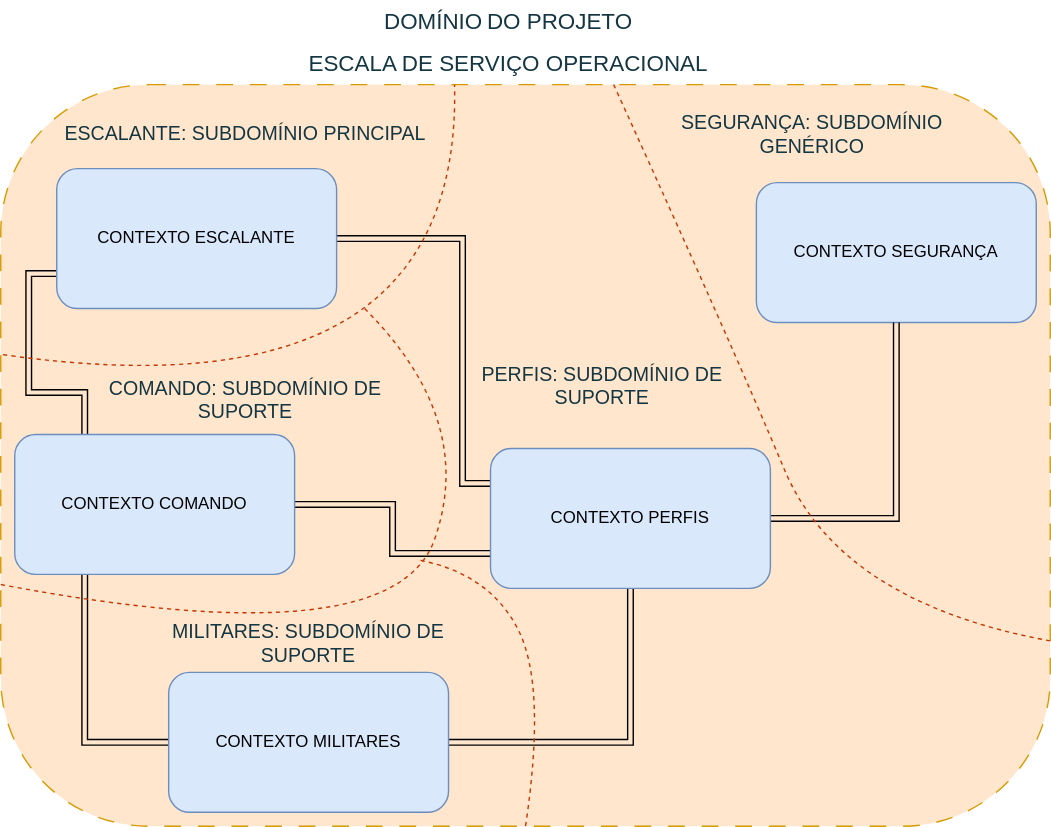
Before: docs/img/DiagramaDominio.svg, a diagram exported from draw.io (joaoAaf/escalante-ddd). Source tidied: cells renumbered, new cells last; positions are measured from the earlier drawing's top-left corner, leaving out a move shared by most shapes. The source it was exported from:
```xml
<mxGraphModel>
  <root>
    <mxCell id="0" />
    <mxCell id="1" parent="0" />
    <mxCell id="2" style="rounded=1;whiteSpace=wrap;html=1;strokeColor=#d79b00;fillColor=#ffe6cc;dashed=1;dashPattern=12 12;arcSize=20;" parent="1" vertex="1">
      <mxGeometry y="60" width="750" height="530" as="geometry" />
    </mxCell>
    <mxCell id="3" style="edgeStyle=orthogonalEdgeStyle;rounded=0;jettySize=auto;html=1;exitX=0;exitY=0.75;exitDx=0;exitDy=0;shape=link;entryX=0.25;entryY=0;entryDx=0;entryDy=0;" parent="1" edge="1" source="5" target="9">
      <mxGeometry relative="1" as="geometry">
        <Array as="points">
          <mxPoint x="20" y="195" />
          <mxPoint x="20" y="280" />
          <mxPoint x="60" y="280" />
        </Array>
      </mxGeometry>
    </mxCell>
    <mxCell id="4" style="edgeStyle=orthogonalEdgeStyle;rounded=0;jettySize=auto;html=1;exitX=1;exitY=0.5;exitDx=0;exitDy=0;entryX=0;entryY=0.25;entryDx=0;entryDy=0;shape=link;" parent="1" edge="1" source="5" target="15">
      <mxGeometry relative="1" as="geometry">
        <Array as="points">
          <mxPoint x="330" y="170" />
          <mxPoint x="330" y="345" />
        </Array>
      </mxGeometry>
    </mxCell>
    <mxCell id="5" value="CONTEXTO ESCALANTE" style="rounded=1;whiteSpace=wrap;html=1;labelBackgroundColor=none;fillColor=#dae8fc;strokeColor=#6c8ebf;" parent="1" vertex="1">
      <mxGeometry x="40" y="120" width="200" height="100" as="geometry" />
    </mxCell>
    <mxCell id="6" value="&lt;font style=&quot;font-size: 16px;&quot;&gt;DOMÍNIO&lt;/font&gt; &lt;font style=&quot;font-size: 16px;&quot;&gt;DO PROJETO&lt;/font&gt;" style="text;html=1;align=center;verticalAlign=middle;whiteSpace=wrap;rounded=0;labelBackgroundColor=none;fontColor=#143642;" parent="1" vertex="1">
      <mxGeometry x="213" width="300" height="30" as="geometry" />
    </mxCell>
    <mxCell id="7" style="edgeStyle=orthogonalEdgeStyle;rounded=0;jettySize=auto;html=1;exitX=1;exitY=0.5;exitDx=0;exitDy=0;entryX=0;entryY=0.75;entryDx=0;entryDy=0;shape=link;" parent="1" edge="1" source="9" target="15">
      <mxGeometry relative="1" as="geometry" />
    </mxCell>
    <mxCell id="8" style="edgeStyle=orthogonalEdgeStyle;rounded=0;jettySize=auto;html=1;exitX=0.25;exitY=1;exitDx=0;exitDy=0;entryX=0;entryY=0.5;entryDx=0;entryDy=0;shape=link;" parent="1" edge="1" source="9" target="11">
      <mxGeometry relative="1" as="geometry" />
    </mxCell>
    <mxCell id="9" value="CONTEXTO COMANDO" style="rounded=1;whiteSpace=wrap;html=1;labelBackgroundColor=none;fillColor=#dae8fc;strokeColor=#6c8ebf;" parent="1" vertex="1">
      <mxGeometry x="10" y="310" width="200" height="100" as="geometry" />
    </mxCell>
    <mxCell id="10" style="edgeStyle=orthogonalEdgeStyle;rounded=0;jettySize=auto;html=1;exitX=1;exitY=0.5;exitDx=0;exitDy=0;entryX=0.5;entryY=1;entryDx=0;entryDy=0;shape=link;" parent="1" edge="1" source="11" target="15">
      <mxGeometry relative="1" as="geometry" />
    </mxCell>
    <mxCell id="11" value="CONTEXTO MILITARES" style="rounded=1;whiteSpace=wrap;html=1;labelBackgroundColor=none;fillColor=#dae8fc;strokeColor=#6c8ebf;" parent="1" vertex="1">
      <mxGeometry x="120" y="480" width="200" height="100" as="geometry" />
    </mxCell>
    <mxCell id="12" value="CONTEXTO SEGURANÇA" style="rounded=1;whiteSpace=wrap;html=1;labelBackgroundColor=none;fillColor=#dae8fc;strokeColor=#6c8ebf;" parent="1" vertex="1">
      <mxGeometry x="540" y="130" width="200" height="100" as="geometry" />
    </mxCell>
    <mxCell id="13" value="&lt;font style=&quot;font-size: 16px;&quot;&gt;ESCALA DE SERVIÇO OPERACIONAL&lt;/font&gt;" style="text;html=1;align=center;verticalAlign=middle;whiteSpace=wrap;rounded=0;labelBackgroundColor=none;fontColor=#143642;" parent="1" vertex="1">
      <mxGeometry x="213" y="30" width="300" height="30" as="geometry" />
    </mxCell>
    <mxCell id="14" style="edgeStyle=orthogonalEdgeStyle;rounded=0;jettySize=auto;html=1;exitX=1;exitY=0.5;exitDx=0;exitDy=0;entryX=0.5;entryY=1;entryDx=0;entryDy=0;shape=link;" parent="1" edge="1" source="15" target="12">
      <mxGeometry relative="1" as="geometry" />
    </mxCell>
    <mxCell id="15" value="CONTEXTO PERFIS" style="rounded=1;whiteSpace=wrap;html=1;labelBackgroundColor=none;fillColor=#dae8fc;strokeColor=#6c8ebf;" parent="1" vertex="1">
      <mxGeometry x="350" y="320" width="200" height="100" as="geometry" />
    </mxCell>
    <mxCell id="16" style="endArrow=none;dashed=1;html=1;rounded=0;exitX=0.002;exitY=0.364;exitDx=0;exitDy=0;exitPerimeter=0;curved=1;entryX=0.371;entryY=1;entryDx=0;entryDy=0;entryPerimeter=0;fillColor=#fa6800;strokeColor=#C73500;" parent="1" edge="1" source="2" target="13">
      <mxGeometry relative="1" as="geometry">
        <Array as="points">
          <mxPoint x="330" y="300" />
        </Array>
      </mxGeometry>
    </mxCell>
    <mxCell id="17" value="&lt;font style=&quot;font-size: 14px;&quot;&gt;ESCALANTE: SUBDOMÍNIO PRINCIPAL&lt;/font&gt;" style="text;html=1;align=center;verticalAlign=middle;whiteSpace=wrap;rounded=0;labelBackgroundColor=none;fontColor=#143642;" parent="1" vertex="1">
      <mxGeometry x="30" y="80" width="290" height="30" as="geometry" />
    </mxCell>
    <mxCell id="18" style="endArrow=none;dashed=1;html=1;rounded=0;exitX=0;exitY=0.674;exitDx=0;exitDy=0;curved=1;exitPerimeter=0;fillColor=#fa6800;strokeColor=#C73500;" parent="1" edge="1" source="2">
      <mxGeometry relative="1" as="geometry">
        <mxPoint x="260" y="220" as="targetPoint" />
        <Array as="points">
          <mxPoint x="280" y="470" />
          <mxPoint x="340" y="300" />
        </Array>
      </mxGeometry>
    </mxCell>
    <mxCell id="19" value="&lt;font style=&quot;font-size: 14px;&quot;&gt;COMANDO: SUBDOMÍNIO DE SUPORTE&lt;/font&gt;" style="text;html=1;align=center;verticalAlign=middle;whiteSpace=wrap;rounded=0;labelBackgroundColor=none;fontColor=#143642;" parent="1" vertex="1">
      <mxGeometry x="65" y="270" width="220" height="30" as="geometry" />
    </mxCell>
    <mxCell id="20" value="&lt;font style=&quot;font-size: 14px;&quot;&gt;MILITARES: SUBDOMÍNIO DE SUPORTE&lt;/font&gt;" style="text;html=1;align=center;verticalAlign=middle;whiteSpace=wrap;rounded=0;labelBackgroundColor=none;fontColor=#143642;" parent="1" vertex="1">
      <mxGeometry x="110" y="444" width="220" height="30" as="geometry" />
    </mxCell>
    <mxCell id="21" style="endArrow=none;dashed=1;html=1;rounded=0;curved=1;entryX=0.5;entryY=1;entryDx=0;entryDy=0;fillColor=#fa6800;strokeColor=#C73500;" parent="1" edge="1" target="2">
      <mxGeometry relative="1" as="geometry">
        <mxPoint x="300" y="400" as="sourcePoint" />
        <Array as="points">
          <mxPoint x="350" y="410" />
          <mxPoint x="390" y="490" />
        </Array>
      </mxGeometry>
    </mxCell>
    <mxCell id="22" style="endArrow=none;dashed=1;html=1;rounded=0;entryX=0.75;entryY=1;entryDx=0;entryDy=0;exitX=1;exitY=0.75;exitDx=0;exitDy=0;curved=1;fillColor=#fa6800;strokeColor=#C73500;" parent="1" edge="1" source="2" target="13">
      <mxGeometry relative="1" as="geometry">
        <Array as="points">
          <mxPoint x="600" y="430" />
          <mxPoint x="520" y="240" />
        </Array>
      </mxGeometry>
    </mxCell>
    <mxCell id="23" value="&lt;font style=&quot;font-size: 14px;&quot;&gt;PERFIS: SUBDOMÍNIO DE SUPORTE&lt;/font&gt;" style="text;html=1;align=center;verticalAlign=middle;whiteSpace=wrap;rounded=0;labelBackgroundColor=none;fontColor=#143642;" parent="1" vertex="1">
      <mxGeometry x="320" y="260" width="220" height="30" as="geometry" />
    </mxCell>
    <mxCell id="24" value="&lt;font style=&quot;font-size: 14px;&quot;&gt;SEGURANÇA: SUBDOMÍNIO GENÉRICO&lt;/font&gt;" style="text;html=1;align=center;verticalAlign=middle;whiteSpace=wrap;rounded=0;labelBackgroundColor=none;fontColor=#143642;" parent="1" vertex="1">
      <mxGeometry x="470" y="80" width="220" height="30" as="geometry" />
    </mxCell>
  </root>
</mxGraphModel>
```
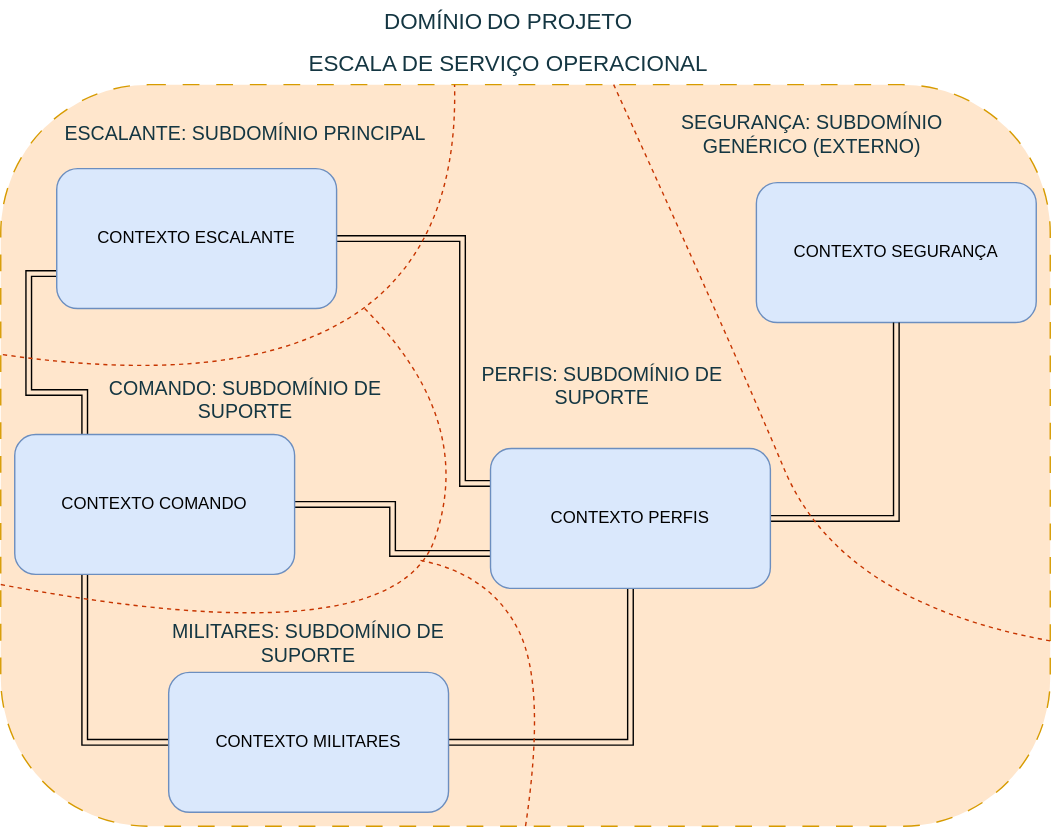
Later version of the same file.

Commit message:
Refatorando diagramas do modelo

Change to the diagram source:
```diff
@@ -100,7 +100,7 @@
     <mxCell id="23" value="&lt;font style=&quot;font-size: 14px;&quot;&gt;PERFIS: SUBDOMÍNIO DE SUPORTE&lt;/font&gt;" style="text;html=1;align=center;verticalAlign=middle;whiteSpace=wrap;rounded=0;labelBackgroundColor=none;fontColor=#143642;" parent="1" vertex="1">
       <mxGeometry x="320" y="260" width="220" height="30" as="geometry" />
     </mxCell>
-    <mxCell id="24" value="&lt;font style=&quot;font-size: 14px;&quot;&gt;SEGURANÇA: SUBDOMÍNIO GENÉRICO&lt;/font&gt;" style="text;html=1;align=center;verticalAlign=middle;whiteSpace=wrap;rounded=0;labelBackgroundColor=none;fontColor=#143642;" parent="1" vertex="1">
+    <mxCell id="24" value="&lt;font style=&quot;font-size: 14px;&quot;&gt;SEGURANÇA: SUBDOMÍNIO GENÉRICO (EXTERNO)&lt;br&gt;&lt;/font&gt;" style="text;html=1;align=center;verticalAlign=middle;whiteSpace=wrap;rounded=0;labelBackgroundColor=none;fontColor=#143642;" parent="1" vertex="1">
       <mxGeometry x="470" y="80" width="220" height="30" as="geometry" />
     </mxCell>
   </root>
```
